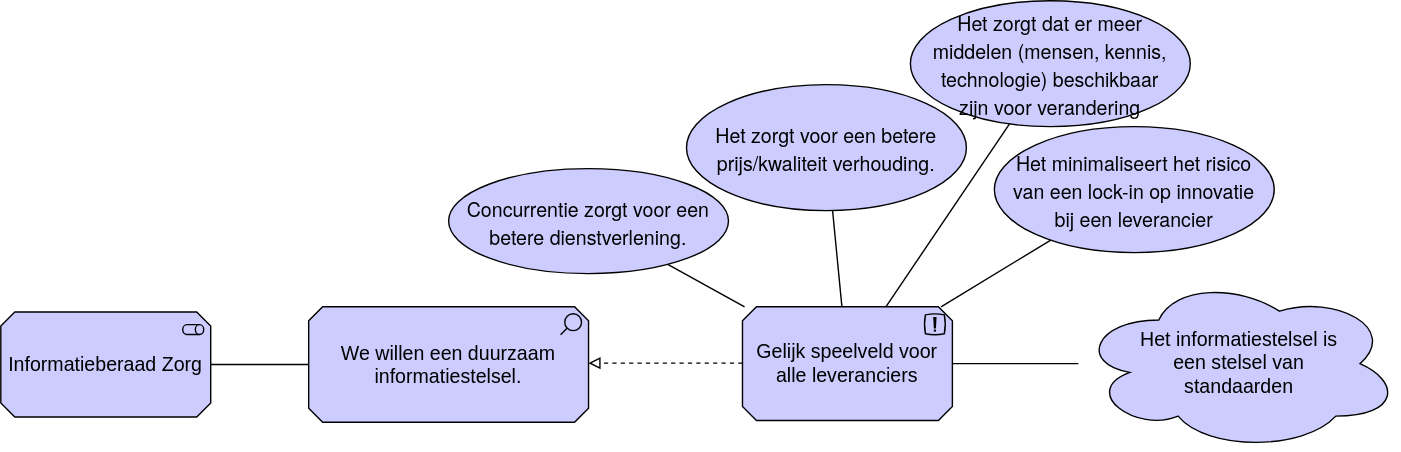
Earlier version of the draw.io export .gitbook/assets/motivation/levelplayingfield.svg (dizra/docs). Source tidied: cells renumbered, new cells last; positions are measured from the earlier drawing's top-left corner, leaving out a move shared by most shapes.
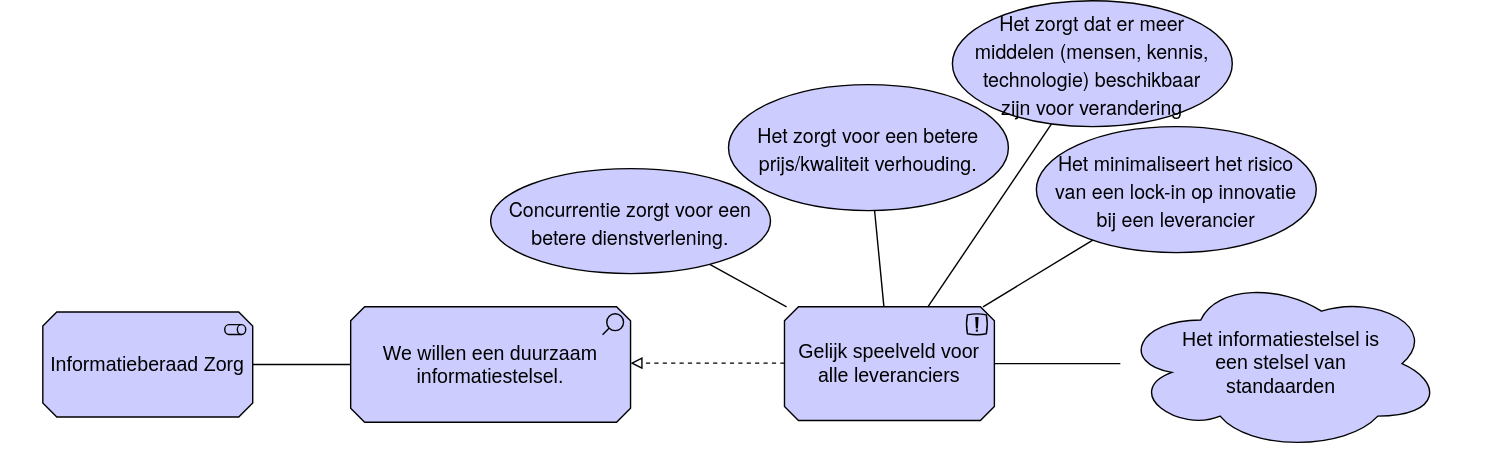
Above is the later version.

What changed in the source:
```diff
@@ -47,5 +47,8 @@
     <mxCell id="16" style="endArrow=none;html=1;" parent="1" edge="1" source="2" target="15">
       <mxGeometry relative="1" as="geometry" />
     </mxCell>
+    <mxCell id="17" style="rounded=0;whiteSpace=wrap;html=1;fillColor=none;strokeColor=none;" parent="1" vertex="1">
+      <mxGeometry x="-30" y="210" width="1060" height="60" as="geometry" />
+    </mxCell>
   </root>
 </mxGraphModel>
```
